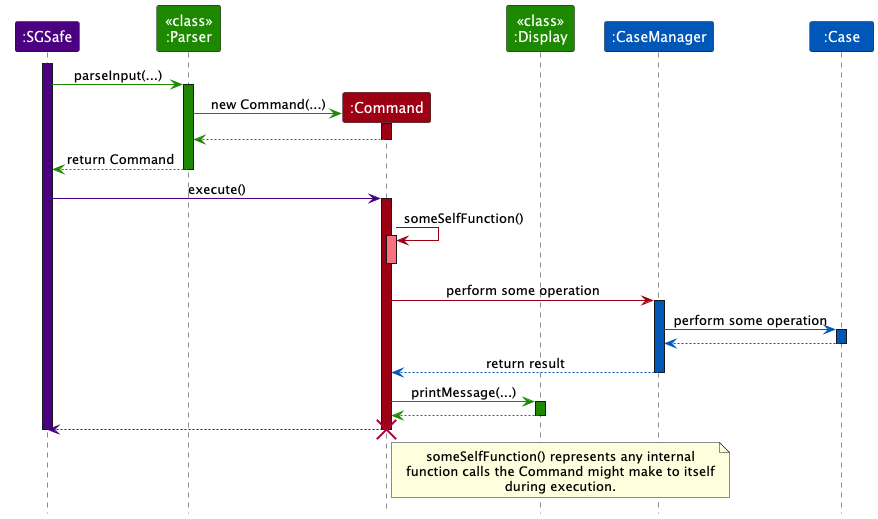
Before: docs/images/SequenceDiagramGenericCommandExecution.png, a diagram exported from PlantUML (zhengjie2002/tp).
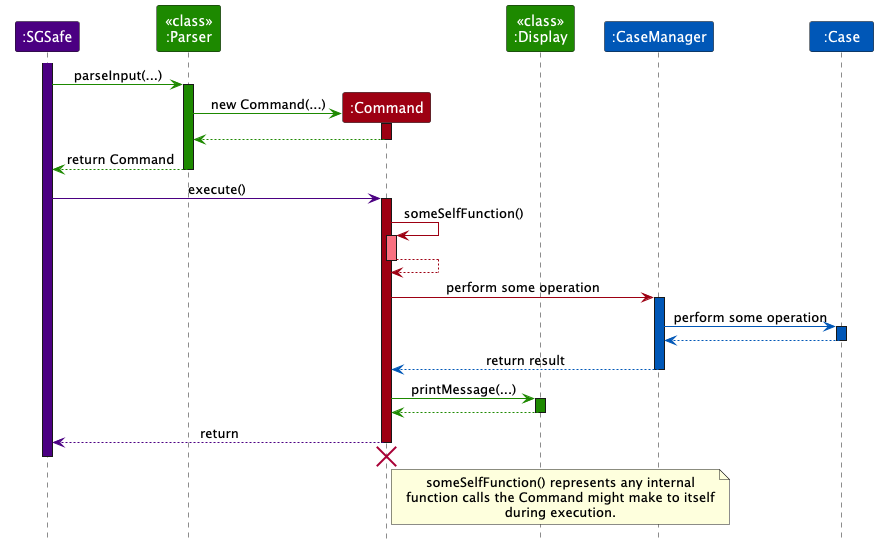
After the commit.

The edit, as a diff of the source:
```diff
@@ -26,6 +26,8 @@
 
 cmd -[COMMAND_COLOR]> cmd : someSelfFunction()
 activate cmd COMMAND_COLOR_T1
+cmd --[COMMAND_COLOR]> cmd :
+
 deactivate cmd
 
 participant ":CaseManager" as caseMgr CASEFILE_COLOR
@@ -51,7 +53,10 @@
 
 deactivate display UI_COLOR
 
-cmd --[MAIN_COLOR]> sgsafe :
+cmd --[MAIN_COLOR]> sgsafe : return
+
+deactivate cmd
+cmd -[HIDDEN]-> sgsafe
 
 destroy cmd
 
```
